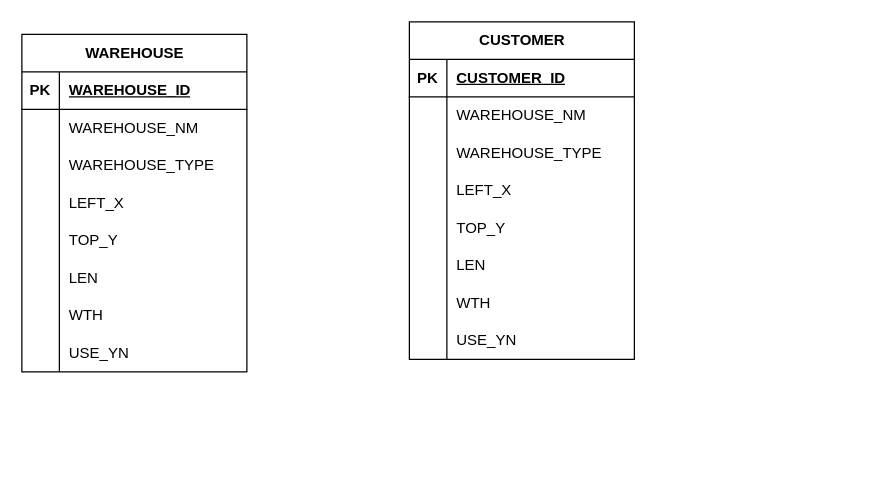
Earlier version of the draw.io diagram page "ERD" (2 of 2) of Biểu đồ không có tiêu đề.drawio (HangthuyNgth/-WEBSITE-My_Wardrobe). Source tidied: cells renumbered, new cells numbered last; positions are measured from the earlier drawing's top-left corner, leaving out a move shared by most shapes. Both pictures are drawn from the tidied source at 125%, with x=0, y=0 at pixel (21, 21).
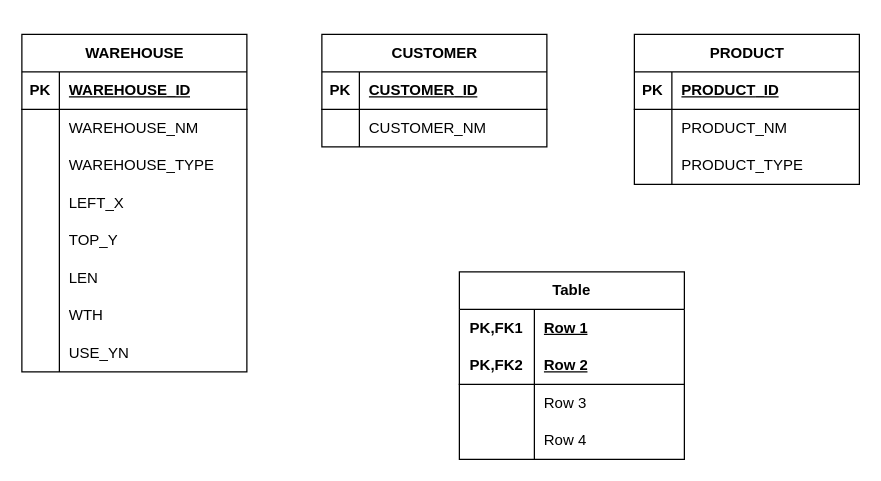
The same page after the edit.

Commit message:
Cập nhật Biểu đồ không có tiêu đề.drawio

Unchanged cells that the change refers to:
```xml
<mxCell id="31" style="shape=tableRow;horizontal=0;startSize=0;swimlaneHead=0;swimlaneBody=0;fillColor=none;top=0;left=0;right=0;bottom=0;" parent="27" vertex="1">
  <mxGeometry y="60" width="180" height="30" as="geometry" />
</mxCell>
```

What changed in the source:
```diff
@@
     <mxCell id="27" value="CUSTOMER" style="shape=table;startSize=30;childLayout=tableLayout;rowLines=0;fontStyle=1;align=center;html=1;" parent="1" vertex="1">
-      <mxGeometry x="310" width="180" height="270" as="geometry" />
+      <mxGeometry x="240" y="10" width="180" height="90" as="geometry" />
     </mxCell>
@@
-    <mxCell id="33" value="&lt;span style=&quot;text-align: center; white-space: nowrap;&quot;&gt;WAREHOUSE&lt;/span&gt;_NM" style="shape=partialRectangle;fillColor=none;top=0;left=0;bottom=0;right=0;align=left;spacingLeft=6;overflow=hidden;whiteSpace=wrap;html=1;" parent="31" vertex="1">
+    <mxCell id="33" value="&lt;span style=&quot;text-align: center; white-space: nowrap;&quot;&gt;CUSTOMER&lt;/span&gt;_NM" style="shape=partialRectangle;fillColor=none;top=0;left=0;bottom=0;right=0;align=left;spacingLeft=6;overflow=hidden;whiteSpace=wrap;html=1;" parent="31" vertex="1">
       <mxGeometry x="30" width="150" height="30" as="geometry" />
     </mxCell>
+    <mxCell id="52" value="PRODUCT" style="shape=table;startSize=30;childLayout=tableLayout;rowLines=0;fontStyle=1;align=center;html=1;" parent="1" vertex="1">
+      <mxGeometry x="490" y="10" width="180" height="120" as="geometry" />
+    </mxCell>
+    <mxCell id="53" style="shape=tableRow;horizontal=0;startSize=0;swimlaneHead=0;swimlaneBody=0;fillColor=none;top=0;left=0;right=0;bottom=1;" parent="52" vertex="1">
+      <mxGeometry y="30" width="180" height="30" as="geometry" />
+    </mxCell>
+    <mxCell id="54" value="PK" style="shape=partialRectangle;fillColor=none;top=0;left=0;bottom=0;right=0;fontStyle=1;overflow=hidden;whiteSpace=wrap;html=1;" parent="53" vertex="1">
+      <mxGeometry width="30" height="30" as="geometry" />
+    </mxCell>
+    <mxCell id="55" value="&lt;span style=&quot;text-align: center; white-space: nowrap;&quot;&gt;PRODUCT&lt;/span&gt;_ID" style="shape=partialRectangle;fillColor=none;top=0;left=0;bottom=0;right=0;align=left;spacingLeft=6;fontStyle=5;overflow=hidden;whiteSpace=wrap;html=1;" parent="53" vertex="1">
+      <mxGeometry x="30" width="150" height="30" as="geometry" />
+    </mxCell>
+    <mxCell id="56" style="shape=tableRow;horizontal=0;startSize=0;swimlaneHead=0;swimlaneBody=0;fillColor=none;top=0;left=0;right=0;bottom=0;" parent="52" vertex="1">
+      <mxGeometry y="60" width="180" height="30" as="geometry" />
+    </mxCell>
+    <mxCell id="57" style="shape=partialRectangle;fillColor=none;top=0;left=0;bottom=0;right=0;overflow=hidden;whiteSpace=wrap;html=1;" parent="56" vertex="1">
+      <mxGeometry width="30" height="30" as="geometry" />
+    </mxCell>
+    <mxCell id="58" value="&lt;span style=&quot;text-align: center; white-space: nowrap;&quot;&gt;PRODUCT&lt;/span&gt;_NM" style="shape=partialRectangle;fillColor=none;top=0;left=0;bottom=0;right=0;align=left;spacingLeft=6;overflow=hidden;whiteSpace=wrap;html=1;" parent="56" vertex="1">
+      <mxGeometry x="30" width="150" height="30" as="geometry" />
+    </mxCell>
-    <mxCell id="34" style="shape=tableRow;horizontal=0;startSize=0;swimlaneHead=0;swimlaneBody=0;fillColor=none;top=0;left=0;right=0;bottom=0;" parent="27" vertex="1">
+    <mxCell id="34" style="shape=tableRow;horizontal=0;startSize=0;swimlaneHead=0;swimlaneBody=0;fillColor=none;top=0;left=0;right=0;bottom=0;" parent="52" vertex="1">
       <mxGeometry y="90" width="180" height="30" as="geometry" />
     </mxCell>
-    <mxCell id="35" style="shape=partialRectangle;fillColor=none;top=0;left=0;bottom=0;right=0;overflow=hidden;whiteSpace=wrap;html=1;" parent="34" vertex="1">
-      <mxGeometry width="30" height="30" as="geometry" />
-    </mxCell>
-    <mxCell id="36" value="&lt;div style=&quot;text-align: center;&quot;&gt;&lt;span style=&quot;background-color: transparent; color: light-dark(rgb(0, 0, 0), rgb(255, 255, 255)); text-wrap-mode: nowrap;&quot;&gt;WAREHOUSE_TYPE&lt;/span&gt;&lt;/div&gt;" style="shape=partialRectangle;fillColor=none;top=0;left=0;bottom=0;right=0;align=left;spacingLeft=6;overflow=hidden;whiteSpace=wrap;html=1;" parent="34" vertex="1">
-      <mxGeometry x="30" width="150" height="30" as="geometry" />
-    </mxCell>
-    <mxCell id="37" style="shape=tableRow;horizontal=0;startSize=0;swimlaneHead=0;swimlaneBody=0;fillColor=none;top=0;left=0;right=0;bottom=0;" parent="27" vertex="1">
-      <mxGeometry y="120" width="180" height="30" as="geometry" />
-    </mxCell>
-    <mxCell id="38" style="shape=partialRectangle;fillColor=none;top=0;left=0;bottom=0;right=0;overflow=hidden;whiteSpace=wrap;html=1;" parent="37" vertex="1">
-      <mxGeometry width="30" height="30" as="geometry" />
-    </mxCell>
-    <mxCell id="39" value="LEFT_X" style="shape=partialRectangle;fillColor=none;top=0;left=0;bottom=0;right=0;align=left;spacingLeft=6;overflow=hidden;whiteSpace=wrap;html=1;" parent="37" vertex="1">
-      <mxGeometry x="30" width="150" height="30" as="geometry" />
-    </mxCell>
-    <mxCell id="40" style="shape=tableRow;horizontal=0;startSize=0;swimlaneHead=0;swimlaneBody=0;fillColor=none;top=0;left=0;right=0;bottom=0;" parent="27" vertex="1">
-      <mxGeometry y="150" width="180" height="30" as="geometry" />
-    </mxCell>
-    <mxCell id="41" style="shape=partialRectangle;fillColor=none;top=0;left=0;bottom=0;right=0;overflow=hidden;whiteSpace=wrap;html=1;" parent="40" vertex="1">
-      <mxGeometry width="30" height="30" as="geometry" />
-    </mxCell>
-    <mxCell id="42" value="TOP_Y" style="shape=partialRectangle;fillColor=none;top=0;left=0;bottom=0;right=0;align=left;spacingLeft=6;overflow=hidden;whiteSpace=wrap;html=1;" parent="40" vertex="1">
-      <mxGeometry x="30" width="150" height="30" as="geometry" />
-    </mxCell>
-    <mxCell id="43" style="shape=tableRow;horizontal=0;startSize=0;swimlaneHead=0;swimlaneBody=0;fillColor=none;top=0;left=0;right=0;bottom=0;" parent="27" vertex="1">
-      <mxGeometry y="180" width="180" height="30" as="geometry" />
-    </mxCell>
-    <mxCell id="44" style="shape=partialRectangle;fillColor=none;top=0;left=0;bottom=0;right=0;overflow=hidden;whiteSpace=wrap;html=1;" parent="43" vertex="1">
-      <mxGeometry width="30" height="30" as="geometry" />
-    </mxCell>
-    <mxCell id="45" value="LEN" style="shape=partialRectangle;fillColor=none;top=0;left=0;bottom=0;right=0;align=left;spacingLeft=6;overflow=hidden;whiteSpace=wrap;html=1;" parent="43" vertex="1">
-      <mxGeometry x="30" width="150" height="30" as="geometry" />
-    </mxCell>
-    <mxCell id="46" style="shape=tableRow;horizontal=0;startSize=0;swimlaneHead=0;swimlaneBody=0;fillColor=none;top=0;left=0;right=0;bottom=0;" parent="27" vertex="1">
-      <mxGeometry y="210" width="180" height="30" as="geometry" />
-    </mxCell>
-    <mxCell id="47" style="shape=partialRectangle;fillColor=none;top=0;left=0;bottom=0;right=0;overflow=hidden;whiteSpace=wrap;html=1;" parent="46" vertex="1">
-      <mxGeometry width="30" height="30" as="geometry" />
-    </mxCell>
-    <mxCell id="48" value="WTH" style="shape=partialRectangle;fillColor=none;top=0;left=0;bottom=0;right=0;align=left;spacingLeft=6;overflow=hidden;whiteSpace=wrap;html=1;" parent="46" vertex="1">
-      <mxGeometry x="30" width="150" height="30" as="geometry" />
-    </mxCell>
-    <mxCell id="49" style="shape=tableRow;horizontal=0;startSize=0;swimlaneHead=0;swimlaneBody=0;fillColor=none;top=0;left=0;right=0;bottom=0;" parent="27" vertex="1">
-      <mxGeometry y="240" width="180" height="30" as="geometry" />
-    </mxCell>
-    <mxCell id="50" style="shape=partialRectangle;fillColor=none;top=0;left=0;bottom=0;right=0;overflow=hidden;whiteSpace=wrap;html=1;" parent="49" vertex="1">
-      <mxGeometry width="30" height="30" as="geometry" />
-    </mxCell>
-    <mxCell id="51" value="USE_YN" style="shape=partialRectangle;fillColor=none;top=0;left=0;bottom=0;right=0;align=left;spacingLeft=6;overflow=hidden;whiteSpace=wrap;html=1;" parent="49" vertex="1">
-      <mxGeometry x="30" width="150" height="30" as="geometry" />
-    </mxCell>
+    <mxCell id="59" style="shape=partialRectangle;fillColor=none;top=0;left=0;bottom=0;right=0;overflow=hidden;whiteSpace=wrap;html=1;" parent="34" vertex="1">
+      <mxGeometry width="30" height="30" as="geometry" />
+    </mxCell>
+    <mxCell id="60" value="&lt;span style=&quot;text-align: center; white-space: nowrap;&quot;&gt;PRODUCT&lt;/span&gt;&lt;span style=&quot;text-align: center; white-space: nowrap;&quot;&gt;_TYPE&lt;/span&gt;" style="shape=partialRectangle;fillColor=none;top=0;left=0;bottom=0;right=0;align=left;spacingLeft=6;overflow=hidden;whiteSpace=wrap;html=1;" parent="34" vertex="1">
+      <mxGeometry x="30" width="150" height="30" as="geometry" />
+    </mxCell>
+    <mxCell id="61" value="Table" style="shape=table;startSize=30;childLayout=tableLayout;rowLines=0;fontStyle=1;align=center;html=1;whiteSpace=wrap;" parent="1" vertex="1">
+      <mxGeometry x="350" y="200" width="180" height="150" as="geometry" />
+    </mxCell>
+    <mxCell id="62" style="shape=tableRow;horizontal=0;startSize=0;swimlaneHead=0;swimlaneBody=0;fillColor=none;top=0;left=0;right=0;bottom=0;html=1;" parent="61" vertex="1">
+      <mxGeometry y="30" width="180" height="30" as="geometry" />
+    </mxCell>
+    <mxCell id="63" value="PK,FK1" style="shape=partialRectangle;fillColor=none;top=0;left=0;bottom=0;right=0;fontStyle=1;overflow=hidden;html=1;whiteSpace=wrap;" parent="62" vertex="1">
+      <mxGeometry width="60" height="30" as="geometry" />
+    </mxCell>
+    <mxCell id="64" value="Row 1" style="shape=partialRectangle;fillColor=none;top=0;left=0;bottom=0;right=0;align=left;spacingLeft=6;fontStyle=5;overflow=hidden;html=1;whiteSpace=wrap;" parent="62" vertex="1">
+      <mxGeometry x="60" width="120" height="30" as="geometry" />
+    </mxCell>
+    <mxCell id="65" style="shape=tableRow;horizontal=0;startSize=0;swimlaneHead=0;swimlaneBody=0;fillColor=none;top=0;left=0;right=0;bottom=1;html=1;" parent="61" vertex="1">
+      <mxGeometry y="60" width="180" height="30" as="geometry" />
+    </mxCell>
+    <mxCell id="66" value="PK,FK2" style="shape=partialRectangle;fillColor=none;top=0;left=0;bottom=0;right=0;fontStyle=1;overflow=hidden;html=1;whiteSpace=wrap;" parent="65" vertex="1">
+      <mxGeometry width="60" height="30" as="geometry" />
+    </mxCell>
+    <mxCell id="67" value="Row 2" style="shape=partialRectangle;fillColor=none;top=0;left=0;bottom=0;right=0;align=left;spacingLeft=6;fontStyle=5;overflow=hidden;html=1;whiteSpace=wrap;" parent="65" vertex="1">
+      <mxGeometry x="60" width="120" height="30" as="geometry" />
+    </mxCell>
+    <mxCell id="68" style="shape=tableRow;horizontal=0;startSize=0;swimlaneHead=0;swimlaneBody=0;fillColor=none;top=0;left=0;right=0;bottom=0;html=1;" parent="61" vertex="1">
+      <mxGeometry y="90" width="180" height="30" as="geometry" />
+    </mxCell>
+    <mxCell id="69" style="shape=partialRectangle;fillColor=none;top=0;left=0;bottom=0;right=0;overflow=hidden;html=1;whiteSpace=wrap;" parent="68" vertex="1">
+      <mxGeometry width="60" height="30" as="geometry" />
+    </mxCell>
+    <mxCell id="70" value="Row 3" style="shape=partialRectangle;fillColor=none;top=0;left=0;bottom=0;right=0;align=left;spacingLeft=6;overflow=hidden;html=1;whiteSpace=wrap;" parent="68" vertex="1">
+      <mxGeometry x="60" width="120" height="30" as="geometry" />
+    </mxCell>
+    <mxCell id="71" style="shape=tableRow;horizontal=0;startSize=0;swimlaneHead=0;swimlaneBody=0;fillColor=none;top=0;left=0;right=0;bottom=0;html=1;" parent="61" vertex="1">
+      <mxGeometry y="120" width="180" height="30" as="geometry" />
+    </mxCell>
+    <mxCell id="72" style="shape=partialRectangle;fillColor=none;top=0;left=0;bottom=0;right=0;overflow=hidden;html=1;whiteSpace=wrap;" parent="71" vertex="1">
+      <mxGeometry width="60" height="30" as="geometry" />
+    </mxCell>
+    <mxCell id="73" value="Row 4" style="shape=partialRectangle;fillColor=none;top=0;left=0;bottom=0;right=0;align=left;spacingLeft=6;overflow=hidden;html=1;whiteSpace=wrap;" parent="71" vertex="1">
+      <mxGeometry x="60" width="120" height="30" as="geometry" />
+    </mxCell>
```
